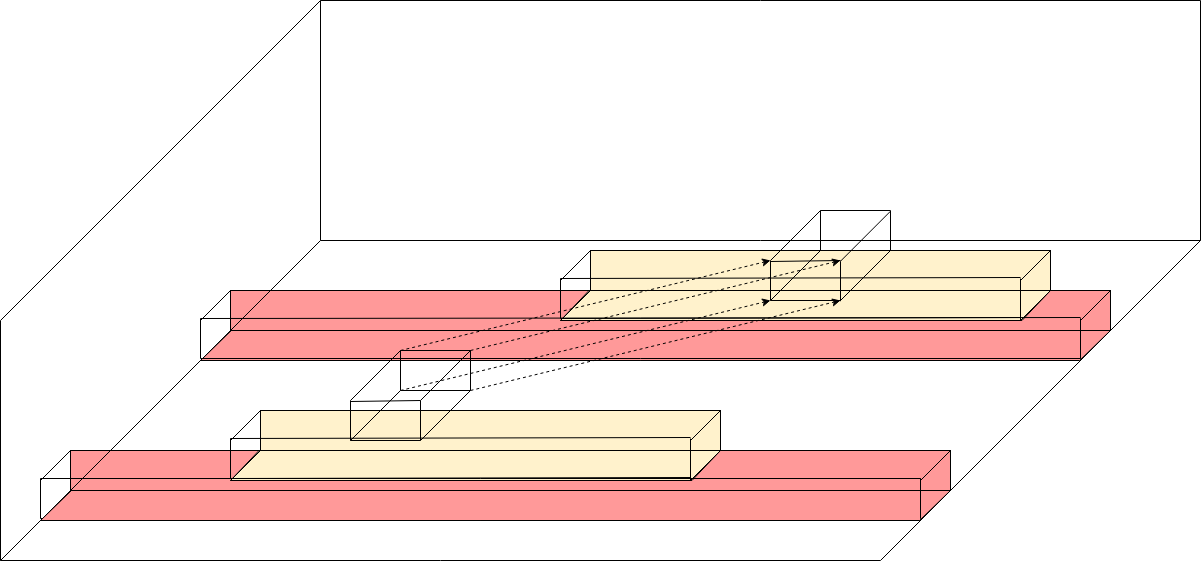
This is img/Problembeschreibung/flamegraph_3D.png from Soockee/bachelor-thesis, a draw.io export, as it was before one commit. Source tidied: cells renumbered, new cells last; positions are measured from the earlier drawing's top-left corner, leaving out a move shared by most shapes.
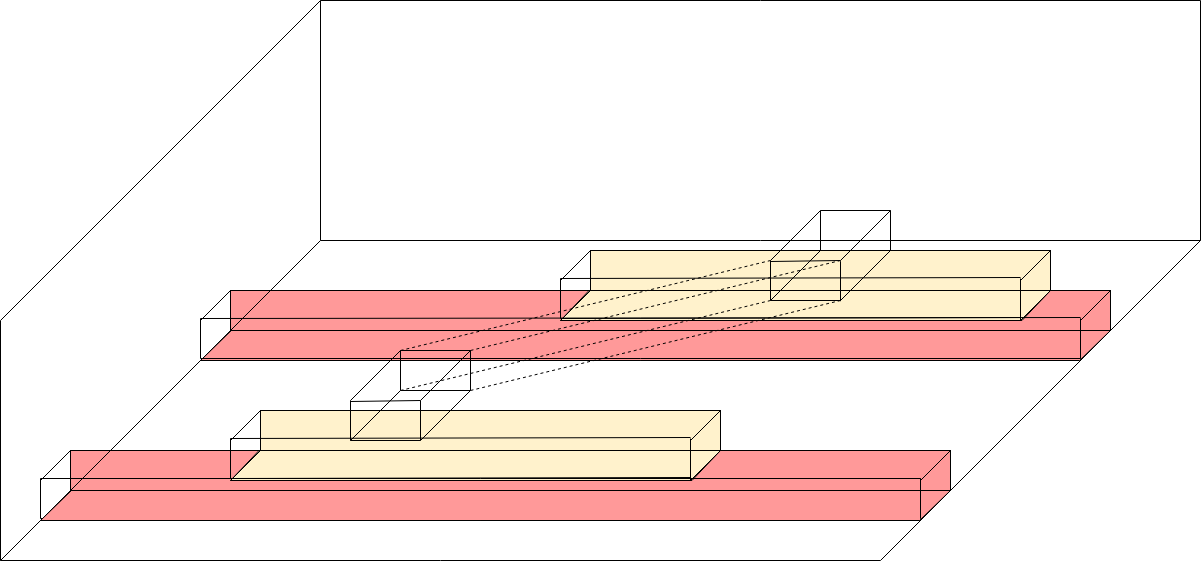
Later version of the same file.

What changed in the source:
```diff
@@ -517,62 +517,62 @@
     </mxCell>
     <mxCell id="92" style="endArrow=none;html=1;" parent="1" edge="1">
       <mxGeometry relative="1" as="geometry">
-        <mxPoint x="840" y="300" as="sourcePoint" />
+        <mxPoint x="820" y="250" as="sourcePoint" />
         <mxPoint x="890" y="250" as="targetPoint" />
       </mxGeometry>
     </mxCell>
     <mxCell id="93" style="endArrow=none;html=1;" parent="1" edge="1">
       <mxGeometry relative="1" as="geometry">
-        <mxPoint x="890" y="250" as="sourcePoint" />
-        <mxPoint x="890" y="210" as="targetPoint" />
+        <mxPoint x="840" y="300.7" as="sourcePoint" />
+        <mxPoint x="840" y="260.7" as="targetPoint" />
       </mxGeometry>
     </mxCell>
     <mxCell id="94" style="endArrow=none;html=1;" parent="1" edge="1">
       <mxGeometry relative="1" as="geometry">
         <mxPoint x="820" y="250" as="sourcePoint" />
-        <mxPoint x="890" y="250" as="targetPoint" />
+        <mxPoint x="820" y="210" as="targetPoint" />
       </mxGeometry>
     </mxCell>
-    <mxCell id="95" style="endArrow=none;html=1;" parent="1" edge="1">
+    <mxCell id="95" style="endArrow=none;html=1;dashed=1;endFill=0;" parent="1" edge="1">
       <mxGeometry relative="1" as="geometry">
-        <mxPoint x="840" y="260.7" as="sourcePoint" />
-        <mxPoint x="890" y="210.7" as="targetPoint" />
+        <mxPoint x="400" y="390" as="sourcePoint" />
+        <mxPoint x="770" y="300" as="targetPoint" />
       </mxGeometry>
     </mxCell>
-    <mxCell id="96" style="endArrow=none;html=1;" parent="1" edge="1">
+    <mxCell id="96" style="endArrow=none;html=1;dashed=1;endFill=0;" parent="1" edge="1">
       <mxGeometry relative="1" as="geometry">
-        <mxPoint x="840" y="300.7" as="sourcePoint" />
-        <mxPoint x="840" y="260.7" as="targetPoint" />
+        <mxPoint x="470" y="390" as="sourcePoint" />
+        <mxPoint x="840" y="300" as="targetPoint" />
       </mxGeometry>
     </mxCell>
-    <mxCell id="97" style="endArrow=none;html=1;" parent="1" edge="1">
+    <mxCell id="97" style="endArrow=none;html=1;dashed=1;endFill=0;" parent="1" edge="1">
       <mxGeometry relative="1" as="geometry">
-        <mxPoint x="820" y="250" as="sourcePoint" />
-        <mxPoint x="820" y="210" as="targetPoint" />
+        <mxPoint x="470" y="350" as="sourcePoint" />
+        <mxPoint x="840" y="260" as="targetPoint" />
       </mxGeometry>
     </mxCell>
-    <mxCell id="98" style="endArrow=classic;html=1;dashed=1;" parent="1" edge="1">
+    <mxCell id="98" style="endArrow=none;html=1;dashed=1;endFill=0;" parent="1" edge="1">
       <mxGeometry relative="1" as="geometry">
-        <mxPoint x="400" y="390" as="sourcePoint" />
-        <mxPoint x="770" y="300" as="targetPoint" />
+        <mxPoint x="400" y="350" as="sourcePoint" />
+        <mxPoint x="770" y="260" as="targetPoint" />
       </mxGeometry>
     </mxCell>
-    <mxCell id="99" style="endArrow=classic;html=1;dashed=1;" parent="1" edge="1">
+    <mxCell id="99" style="endArrow=none;html=1;" parent="1" edge="1">
       <mxGeometry relative="1" as="geometry">
-        <mxPoint x="470" y="390" as="sourcePoint" />
-        <mxPoint x="840" y="300" as="targetPoint" />
+        <mxPoint x="840" y="260" as="sourcePoint" />
+        <mxPoint x="890" y="210" as="targetPoint" />
       </mxGeometry>
     </mxCell>
-    <mxCell id="100" style="endArrow=classic;html=1;dashed=1;" parent="1" edge="1">
+    <mxCell id="100" style="endArrow=none;html=1;" parent="1" edge="1">
       <mxGeometry relative="1" as="geometry">
-        <mxPoint x="470" y="350" as="sourcePoint" />
-        <mxPoint x="840" y="260" as="targetPoint" />
+        <mxPoint x="890" y="250" as="sourcePoint" />
+        <mxPoint x="890" y="210" as="targetPoint" />
       </mxGeometry>
     </mxCell>
-    <mxCell id="101" style="endArrow=classic;html=1;dashed=1;" parent="1" edge="1">
+    <mxCell id="101" style="endArrow=none;html=1;" parent="1" edge="1">
       <mxGeometry relative="1" as="geometry">
-        <mxPoint x="400" y="350" as="sourcePoint" />
-        <mxPoint x="770" y="260" as="targetPoint" />
+        <mxPoint x="840" y="300" as="sourcePoint" />
+        <mxPoint x="890" y="250" as="targetPoint" />
       </mxGeometry>
     </mxCell>
   </root>
```
